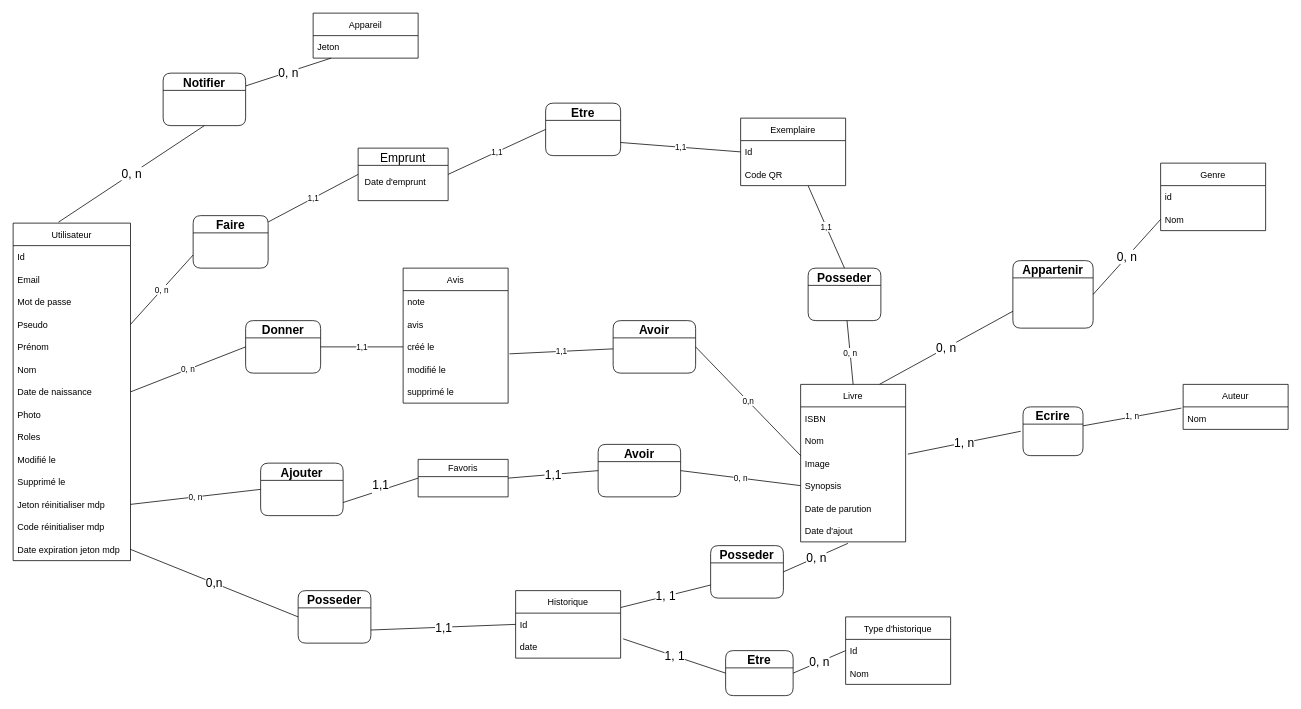
Earlier version of the draw.io diagram MCD_Deepkit.drawio (alexandre-scalisi/DeepkitMCD). Source tidied: cells renumbered, new cells numbered last; positions are measured from the earlier drawing's top-left corner, leaving out a move shared by most shapes. Both pictures are drawn from the tidied source at 75%, with x=0, y=0 at pixel (13, 13).
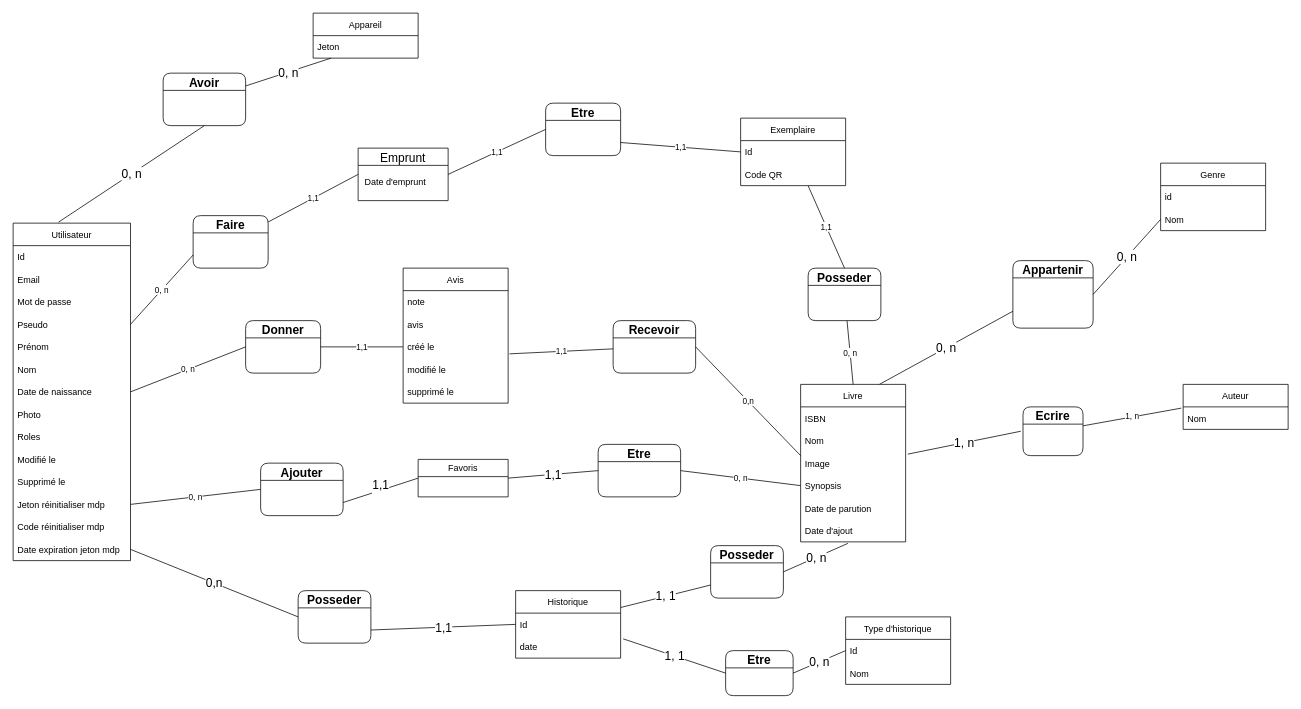
After the change.

Commit message:
Mettre à jour MCD_Deepkit.drawio

Change to the diagram source:
```diff
@@
-    <mxCell id="51" value="Notifier" style="swimlane;rounded=1;fontSize=16;startSize=23;" parent="1" vertex="1">
+    <mxCell id="51" value="Avoir" style="swimlane;rounded=1;fontSize=16;startSize=23;" parent="1" vertex="1">
       <mxGeometry x="200" y="80" width="110" height="70" as="geometry" />
     </mxCell>
@@
-    <mxCell id="70" value="Avoir" style="swimlane;rounded=1;fontSize=16;startSize=23;" parent="1" vertex="1">
+    <mxCell id="70" value="Recevoir" style="swimlane;rounded=1;fontSize=16;startSize=23;" parent="1" vertex="1">
       <mxGeometry x="800" y="410" width="110" height="70" as="geometry" />
     </mxCell>
@@
-    <mxCell id="81" value="Avoir" style="swimlane;rounded=1;fontSize=16;startSize=23;" parent="1" vertex="1">
+    <mxCell id="81" value="Etre" style="swimlane;rounded=1;fontSize=16;startSize=23;" parent="1" vertex="1">
       <mxGeometry x="780" y="575" width="110" height="70" as="geometry" />
     </mxCell>
```
